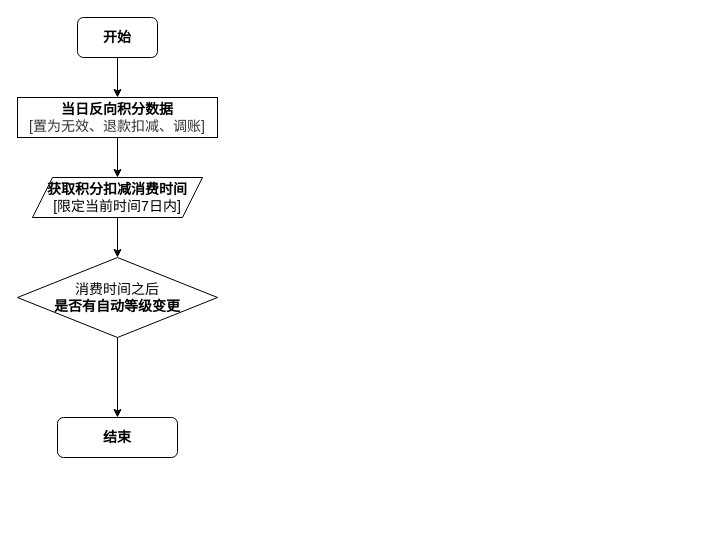
Above: 04-workflow/MEMBER-LEVEL-RERUN.drawio in shawn-panda/sp-coding-guidelines (draw.io), before the change. Source tidied: cells renumbered, new cells numbered last; positions are measured from the earlier drawing's top-left corner, leaving out a move shared by most shapes. Both pictures are drawn from the tidied source at 100%, with x=0, y=0 at pixel (17, 17).
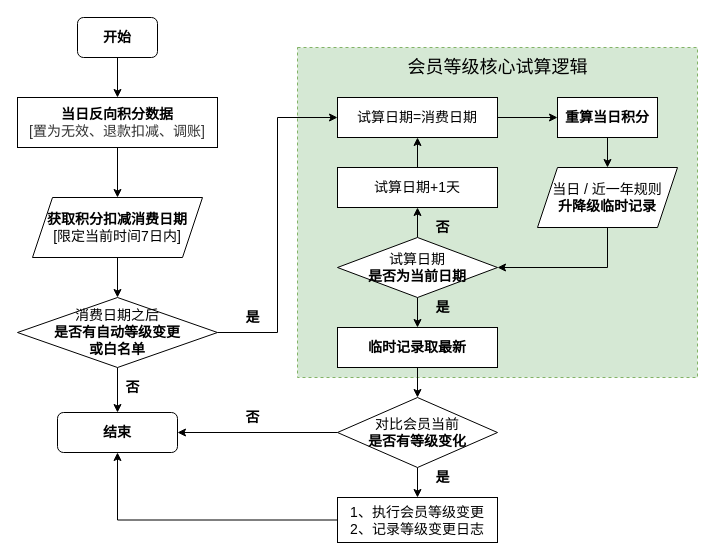
The same page after the edit.

Change to the diagram source:
```diff
@@
+    <mxCell id="11" style="rounded=0;whiteSpace=wrap;html=1;fillColor=#d5e8d4;strokeColor=#82b366;strokeWidth=1;dashed=1;" parent="1" vertex="1">
+      <mxGeometry x="280" y="30" width="400" height="330" as="geometry" />
+    </mxCell>
@@
     <mxCell id="5" value="&lt;font style=&quot;font-size: 14px&quot;&gt;&lt;b&gt;当日反向积分数据&lt;/b&gt;&lt;br&gt;&lt;span style=&quot;color: rgb(51 , 51 , 51) ; font-family: &amp;#34;arial normal&amp;#34; , &amp;#34;arial&amp;#34;&quot;&gt;[置为无效、退款扣减、调账]&lt;/span&gt;&lt;/font&gt;" style="rounded=0;whiteSpace=wrap;html=1;align=center;" parent="1" vertex="1">
-      <mxGeometry y="80" width="200" height="40" as="geometry" />
+      <mxGeometry y="80" width="200" height="50" as="geometry" />
     </mxCell>
@@
-    <mxCell id="7" value="&lt;font style=&quot;font-size: 14px&quot;&gt;&lt;b&gt;获取积分扣减消费时间&lt;/b&gt;&lt;br&gt;[限定当前时间7日内]&lt;br&gt;&lt;/font&gt;" style="shape=parallelogram;perimeter=parallelogramPerimeter;whiteSpace=wrap;html=1;fixedSize=1;" parent="1" vertex="1">
-      <mxGeometry x="15" y="160" width="170" height="40" as="geometry" />
+    <mxCell id="7" value="&lt;font style=&quot;font-size: 14px&quot;&gt;&lt;b&gt;获取积分扣减消费&lt;/b&gt;&lt;b style=&quot;font-size: 12px&quot;&gt;&lt;font style=&quot;font-size: 14px&quot;&gt;日期&lt;/font&gt;&lt;/b&gt;&lt;br&gt;[限定当前时间7日内]&lt;br&gt;&lt;/font&gt;" style="shape=parallelogram;perimeter=parallelogramPerimeter;whiteSpace=wrap;html=1;fixedSize=1;" parent="1" vertex="1">
+      <mxGeometry x="15" y="180" width="170" height="60" as="geometry" />
     </mxCell>
+    <mxCell id="12" style="edgeStyle=orthogonalEdgeStyle;rounded=0;jettySize=auto;html=1;entryX=0;entryY=0.5;entryDx=0;entryDy=0;" parent="1" edge="1" source="8" target="15">
+      <mxGeometry relative="1" as="geometry" />
+    </mxCell>
+    <mxCell id="10" style="edgeStyle=orthogonalEdgeStyle;rounded=0;jettySize=auto;html=1;entryX=0.5;entryY=0;entryDx=0;entryDy=0;" parent="1" edge="1" source="8" target="9">
+      <mxGeometry relative="1" as="geometry" />
+    </mxCell>
-    <mxCell id="8" value="&lt;font style=&quot;font-size: 14px&quot;&gt;消费时间之后&lt;br&gt;&lt;b&gt;是否有自动等级变更&lt;/b&gt;&lt;/font&gt;" style="rhombus;whiteSpace=wrap;html=1;" parent="1" vertex="1">
-      <mxGeometry y="240" width="200" height="80" as="geometry" />
+    <mxCell id="8" value="&lt;font style=&quot;font-size: 14px&quot;&gt;消费日期之后&lt;br&gt;&lt;b&gt;是否有自动等级变更&lt;br&gt;或白名单&lt;br&gt;&lt;/b&gt;&lt;/font&gt;" style="rhombus;whiteSpace=wrap;html=1;" parent="1" vertex="1">
+      <mxGeometry y="280" width="200" height="70" as="geometry" />
     </mxCell>
     <mxCell id="9" value="&lt;font style=&quot;font-size: 14px&quot;&gt;&lt;b&gt;结束&lt;/b&gt;&lt;/font&gt;" style="rounded=1;whiteSpace=wrap;html=1;" parent="1" vertex="1">
-      <mxGeometry x="40" y="400" width="120" height="40" as="geometry" />
+      <mxGeometry x="40" y="395" width="120" height="40" as="geometry" />
     </mxCell>
-    <mxCell id="10" style="edgeStyle=orthogonalEdgeStyle;rounded=0;jettySize=auto;html=1;entryX=0.5;entryY=0;entryDx=0;entryDy=0;" parent="1" edge="1" source="8" target="9">
-      <mxGeometry relative="1" as="geometry" />
-    </mxCell>
+    <mxCell id="13" value="&lt;font style=&quot;font-size: 14px&quot;&gt;&lt;b style=&quot;line-height: 120%&quot;&gt;否&lt;/b&gt;&lt;/font&gt;" style="text;html=1;align=center;verticalAlign=middle;fillColor=none;strokeColor=none;rounded=0;" parent="1" vertex="1">
+      <mxGeometry x="100" y="360" width="30" height="20" as="geometry" />
+    </mxCell>
+    <mxCell id="14" style="edgeStyle=orthogonalEdgeStyle;rounded=0;jettySize=auto;html=1;exitX=1;exitY=0.5;exitDx=0;exitDy=0;entryX=0;entryY=0.5;entryDx=0;entryDy=0;" parent="1" edge="1" source="15" target="35">
+      <mxGeometry relative="1" as="geometry" />
+    </mxCell>
+    <mxCell id="15" value="&lt;font style=&quot;font-size: 14px&quot;&gt;试算日期=消费日期&lt;/font&gt;" style="rounded=0;whiteSpace=wrap;html=1;" parent="1" vertex="1">
+      <mxGeometry x="320" y="80" width="160" height="40" as="geometry" />
+    </mxCell>
+    <mxCell id="16" value="&lt;font style=&quot;font-size: 14px&quot;&gt;&lt;b style=&quot;line-height: 120%&quot;&gt;是&lt;/b&gt;&lt;/font&gt;" style="text;html=1;align=center;verticalAlign=middle;fillColor=none;strokeColor=none;rounded=0;" parent="1" vertex="1">
+      <mxGeometry x="220" y="290" width="30" height="20" as="geometry" />
+    </mxCell>
+    <mxCell id="17" style="edgeStyle=orthogonalEdgeStyle;rounded=0;jettySize=auto;html=1;entryX=1;entryY=0.5;entryDx=0;entryDy=0;exitX=0.5;exitY=1;exitDx=0;exitDy=0;" parent="1" edge="1" source="18" target="21">
+      <mxGeometry relative="1" as="geometry" />
+    </mxCell>
+    <mxCell id="18" value="&lt;span style=&quot;font-size: 14px&quot;&gt;当日 / 近一年规则&lt;br&gt;&lt;/span&gt;&lt;b&gt;&lt;font style=&quot;font-size: 14px&quot;&gt;升降级临时&lt;/font&gt;&lt;/b&gt;&lt;b&gt;&lt;font style=&quot;font-size: 14px&quot;&gt;记录&lt;/font&gt;&lt;/b&gt;" style="shape=parallelogram;perimeter=parallelogramPerimeter;whiteSpace=wrap;html=1;fixedSize=1;" parent="1" vertex="1">
+      <mxGeometry x="520" y="150" width="140" height="60" as="geometry" />
+    </mxCell>
+    <mxCell id="19" style="edgeStyle=orthogonalEdgeStyle;rounded=0;jettySize=auto;html=1;entryX=0.5;entryY=0;entryDx=0;entryDy=0;" parent="1" edge="1" source="21" target="25">
+      <mxGeometry relative="1" as="geometry" />
+    </mxCell>
+    <mxCell id="20" style="edgeStyle=orthogonalEdgeStyle;rounded=0;jettySize=auto;html=1;entryX=0.5;entryY=1;entryDx=0;entryDy=0;" parent="1" edge="1" source="21" target="23">
+      <mxGeometry relative="1" as="geometry" />
+    </mxCell>
+    <mxCell id="21" value="&lt;font style=&quot;font-size: 14px&quot;&gt;试算日期&lt;br&gt;&lt;b&gt;是否为当前日期&lt;/b&gt;&lt;/font&gt;" style="rhombus;whiteSpace=wrap;html=1;" parent="1" vertex="1">
+      <mxGeometry x="320" y="220" width="160" height="60" as="geometry" />
+    </mxCell>
+    <mxCell id="22" style="edgeStyle=orthogonalEdgeStyle;rounded=0;jettySize=auto;html=1;entryX=0.5;entryY=1;entryDx=0;entryDy=0;" parent="1" edge="1" source="23" target="15">
+      <mxGeometry relative="1" as="geometry" />
+    </mxCell>
+    <mxCell id="23" value="&lt;font style=&quot;font-size: 14px&quot;&gt;试算日期+1天&lt;/font&gt;" style="rounded=0;whiteSpace=wrap;html=1;" parent="1" vertex="1">
+      <mxGeometry x="320" y="150" width="160" height="40" as="geometry" />
+    </mxCell>
+    <mxCell id="24" style="edgeStyle=orthogonalEdgeStyle;rounded=0;jettySize=auto;html=1;exitX=0.5;exitY=1;exitDx=0;exitDy=0;entryX=0.5;entryY=0;entryDx=0;entryDy=0;" parent="1" edge="1" source="25" target="29">
+      <mxGeometry relative="1" as="geometry" />
+    </mxCell>
+    <mxCell id="25" value="&lt;b&gt;&lt;font style=&quot;font-size: 14px&quot;&gt;临时记录取最新&lt;/font&gt;&lt;/b&gt;" style="rounded=0;whiteSpace=wrap;html=1;" parent="1" vertex="1">
+      <mxGeometry x="320" y="310" width="160" height="40" as="geometry" />
+    </mxCell>
+    <mxCell id="26" value="&lt;font style=&quot;font-size: 14px&quot;&gt;&lt;b style=&quot;line-height: 120%&quot;&gt;是&lt;/b&gt;&lt;/font&gt;" style="text;html=1;align=center;verticalAlign=middle;fillColor=none;strokeColor=none;rounded=0;" parent="1" vertex="1">
+      <mxGeometry x="410" y="280" width="30" height="20" as="geometry" />
+    </mxCell>
+    <mxCell id="27" style="edgeStyle=orthogonalEdgeStyle;rounded=0;jettySize=auto;html=1;exitX=0;exitY=0.5;exitDx=0;exitDy=0;entryX=1;entryY=0.5;entryDx=0;entryDy=0;" parent="1" edge="1" source="29" target="9">
+      <mxGeometry relative="1" as="geometry" />
+    </mxCell>
+    <mxCell id="28" style="edgeStyle=orthogonalEdgeStyle;rounded=0;jettySize=auto;html=1;exitX=0.5;exitY=1;exitDx=0;exitDy=0;entryX=0.5;entryY=0;entryDx=0;entryDy=0;" parent="1" edge="1" source="29" target="32">
+      <mxGeometry relative="1" as="geometry" />
+    </mxCell>
+    <mxCell id="29" value="&lt;span style=&quot;font-size: 14px&quot;&gt;对比&lt;/span&gt;&lt;span style=&quot;font-size: 14px&quot;&gt;会员当前&lt;br&gt;&lt;b&gt;是否有等级变化&lt;/b&gt;&lt;br&gt;&lt;/span&gt;" style="rhombus;whiteSpace=wrap;html=1;" parent="1" vertex="1">
+      <mxGeometry x="320" y="380" width="160" height="70" as="geometry" />
+    </mxCell>
+    <mxCell id="30" value="&lt;font style=&quot;font-size: 14px&quot;&gt;&lt;b style=&quot;line-height: 120%&quot;&gt;否&lt;/b&gt;&lt;/font&gt;" style="text;html=1;align=center;verticalAlign=middle;fillColor=none;strokeColor=none;rounded=0;" parent="1" vertex="1">
+      <mxGeometry x="220" y="390" width="30" height="20" as="geometry" />
+    </mxCell>
+    <mxCell id="31" style="edgeStyle=orthogonalEdgeStyle;rounded=0;jettySize=auto;html=1;entryX=0.5;entryY=1;entryDx=0;entryDy=0;" parent="1" edge="1" source="32" target="9">
+      <mxGeometry relative="1" as="geometry" />
+    </mxCell>
+    <mxCell id="32" value="&lt;font style=&quot;font-size: 14px&quot;&gt;1、执行会员等级变更&lt;br&gt;2、记录等级变更日志&lt;br&gt;&lt;/font&gt;" style="rounded=0;whiteSpace=wrap;html=1;" parent="1" vertex="1">
+      <mxGeometry x="320" y="480" width="160" height="45" as="geometry" />
+    </mxCell>
+    <mxCell id="33" value="&lt;font style=&quot;font-size: 14px&quot;&gt;&lt;b style=&quot;line-height: 120%&quot;&gt;是&lt;/b&gt;&lt;/font&gt;" style="text;html=1;align=center;verticalAlign=middle;fillColor=none;strokeColor=none;rounded=0;" parent="1" vertex="1">
+      <mxGeometry x="410" y="450" width="30" height="20" as="geometry" />
+    </mxCell>
+    <mxCell id="34" style="edgeStyle=orthogonalEdgeStyle;rounded=0;jettySize=auto;html=1;entryX=0.5;entryY=0;entryDx=0;entryDy=0;" parent="1" edge="1" source="35" target="18">
+      <mxGeometry relative="1" as="geometry" />
+    </mxCell>
+    <mxCell id="35" value="&lt;span style=&quot;font-size: 14px&quot;&gt;&lt;b&gt;重算当日积分&lt;/b&gt;&lt;/span&gt;" style="rounded=0;whiteSpace=wrap;html=1;" parent="1" vertex="1">
+      <mxGeometry x="540" y="80" width="100" height="40" as="geometry" />
+    </mxCell>
+    <mxCell id="36" value="&lt;font style=&quot;font-size: 14px&quot;&gt;&lt;b style=&quot;line-height: 120%&quot;&gt;否&lt;/b&gt;&lt;/font&gt;" style="text;html=1;align=center;verticalAlign=middle;fillColor=none;strokeColor=none;rounded=0;" parent="1" vertex="1">
+      <mxGeometry x="410" y="200" width="30" height="20" as="geometry" />
+    </mxCell>
+    <mxCell id="37" value="&lt;font style=&quot;font-size: 18px&quot;&gt;会员等级核心试算逻辑&lt;/font&gt;" style="text;html=1;align=center;verticalAlign=middle;fillColor=none;strokeColor=none;rounded=0;dashed=1;" parent="1" vertex="1">
+      <mxGeometry x="380" y="40" width="200" height="20" as="geometry" />
+    </mxCell>
```
